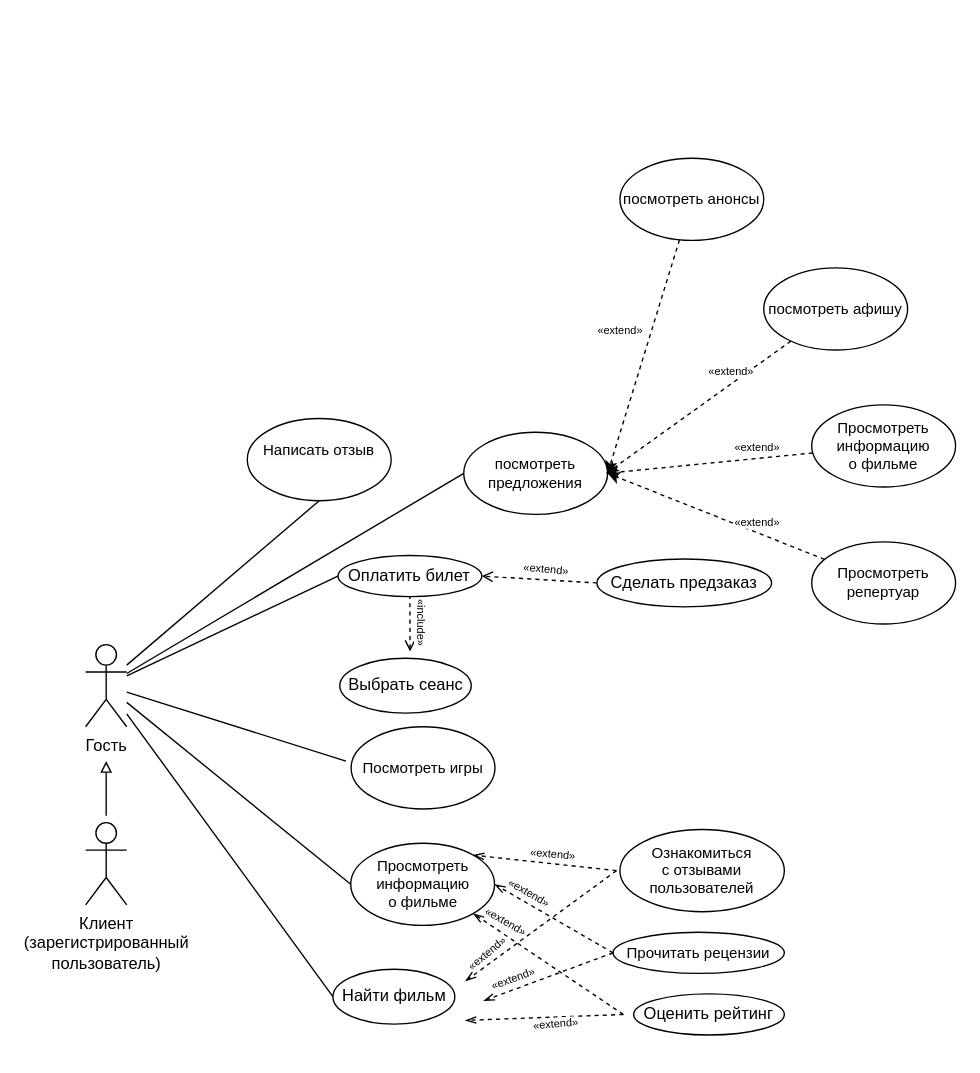
ANDaniell/-design-practice keeps this draw.io diagram as page "Fakel" (3 of 3) of Диаграммы_вариантов_использования.drawio. Above is the earlier version. Source tidied: cells renumbered, new cells numbered last; positions are measured from the earlier drawing's top-left corner, leaving out a move shared by most shapes. Both pictures are drawn from the tidied source at 137%, with x=0, y=0 at pixel (85, 158).
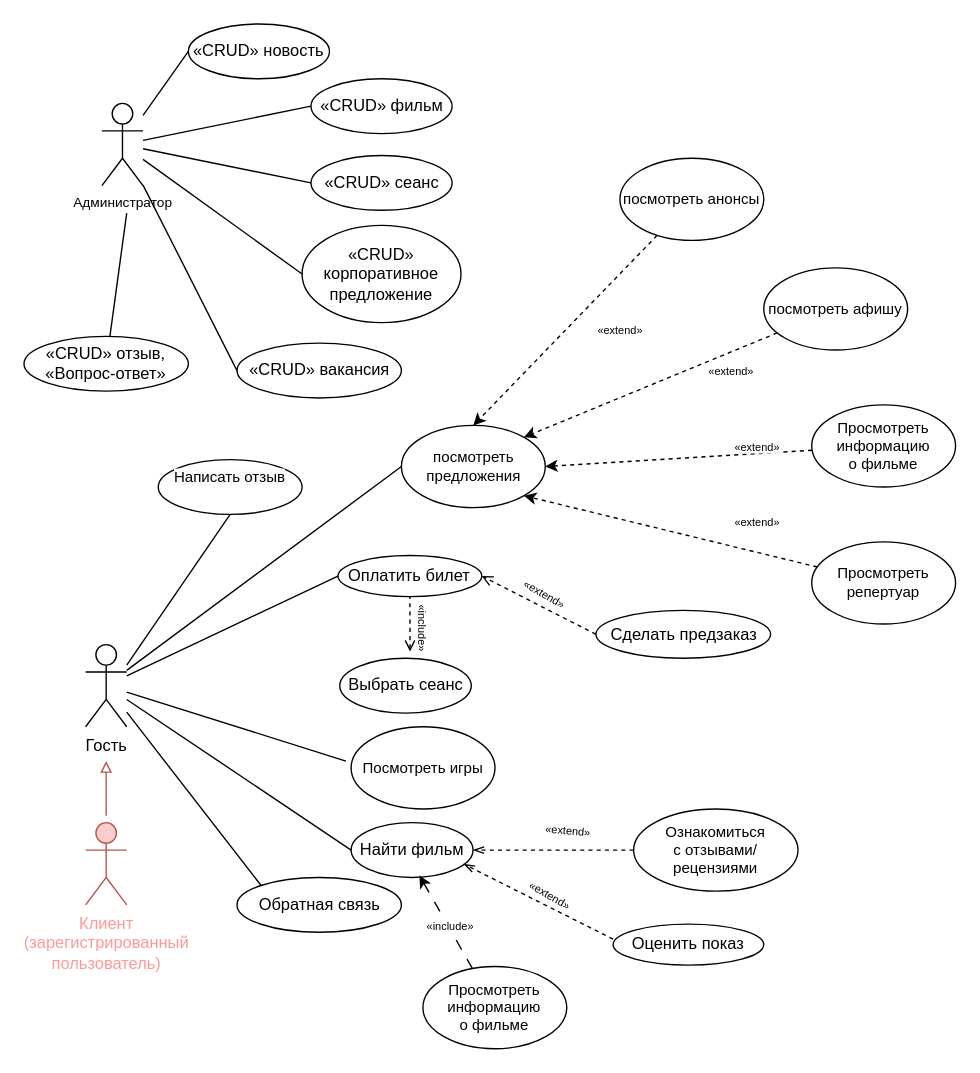
The same diagram, later.

Unchanged cells that the change refers to:
```xml
<mxCell id="2" value="Гость" style="shape=umlActor;verticalLabelPosition=bottom;verticalAlign=top;html=1;" parent="1" vertex="1">
  <mxGeometry y="355" width="30" height="60" as="geometry" />
</mxCell>
<mxCell id="17" style="endArrow=open;dashed=1;rounded=0;entryX=1;entryY=0.5;entryDx=0;entryDy=0;exitX=0;exitY=0.5;exitDx=0;exitDy=0;startArrow=none;startFill=0;endFill=0;html=1;" parent="1" edge="1" source="5" target="4">
  <mxGeometry relative="1" as="geometry" />
</mxCell>
<mxCell id="36" value="&lt;div style=&quot;font-size: 11px;&quot;&gt;посмотреть анонсы&lt;/div&gt;" style="ellipse;whiteSpace=wrap;html=1;fontSize=11;" parent="1" vertex="1">
  <mxGeometry x="390" width="105" height="60" as="geometry" />
</mxCell>
<mxCell id="38" value="&lt;div style=&quot;font-size: 11px;&quot;&gt;посмотреть афишу&lt;/div&gt;" style="ellipse;whiteSpace=wrap;html=1;fontSize=11;" parent="1" vertex="1">
  <mxGeometry x="495" y="80" width="105" height="60" as="geometry" />
</mxCell>
<mxCell id="40" value="&lt;div style=&quot;font-size: 11px;&quot;&gt;Просмотреть информацию&lt;/div&gt;&lt;div style=&quot;font-size: 11px;&quot;&gt;о фильме&lt;/div&gt;" style="ellipse;whiteSpace=wrap;html=1;fontSize=11;" parent="1" vertex="1">
  <mxGeometry x="530" y="180" width="105" height="60" as="geometry" />
</mxCell>
<mxCell id="42" value="&lt;div style=&quot;font-size: 11px;&quot;&gt;Просмотреть репертуар&lt;/div&gt;" style="ellipse;whiteSpace=wrap;html=1;fontSize=11;" parent="1" vertex="1">
  <mxGeometry x="530" y="280" width="105" height="60" as="geometry" />
</mxCell>
```

The edit, as a diff of the source:
```diff
@@
-    <mxCell id="3" value="&lt;div&gt;Клиент&lt;/div&gt;&lt;div&gt;(зарегистрированный&lt;/div&gt;&lt;div&gt;пользователь)&lt;/div&gt;" style="shape=umlActor;verticalLabelPosition=bottom;verticalAlign=top;html=1;" parent="1" vertex="1">
+    <mxCell id="3" value="&lt;div&gt;Клиент&lt;/div&gt;&lt;div&gt;(зарегистрированный&lt;/div&gt;&lt;div&gt;пользователь)&lt;/div&gt;" style="shape=umlActor;verticalLabelPosition=bottom;verticalAlign=top;html=1;fillColor=#f8cecc;strokeColor=#b85450;fontColor=#FF9999;" parent="1" vertex="1">
       <mxGeometry y="485" width="30" height="60" as="geometry" />
     </mxCell>
@@
     <mxCell id="5" value="Сделать предзаказ" style="ellipse;whiteSpace=wrap;html=1;" parent="1" vertex="1">
-      <mxGeometry x="373.2" y="292.5" width="127.5" height="35" as="geometry" />
+      <mxGeometry x="372.5" y="330" width="127.5" height="35" as="geometry" />
     </mxCell>
     <mxCell id="6" value="Найти фильм" style="ellipse;whiteSpace=wrap;html=1;" parent="1" vertex="1">
-      <mxGeometry x="180.5" y="592" width="89" height="40" as="geometry" />
+      <mxGeometry x="193.8" y="485" width="89" height="40" as="geometry" />
     </mxCell>
-    <mxCell id="7" value="Оценить рейтинг" style="ellipse;whiteSpace=wrap;html=1;" parent="1" vertex="1">
-      <mxGeometry x="400" y="610" width="110" height="30" as="geometry" />
+    <mxCell id="7" value="Оценить показ" style="ellipse;whiteSpace=wrap;html=1;" parent="1" vertex="1">
+      <mxGeometry x="385" y="559" width="110" height="30" as="geometry" />
     </mxCell>
-    <mxCell id="8" value="Прочитать рецензии" style="ellipse;whiteSpace=wrap;html=1;fontSize=11;spacing=2;" parent="1" vertex="1">
-      <mxGeometry x="385" y="565" width="125" height="30" as="geometry" />
-    </mxCell>
-    <mxCell id="9" value="&lt;div style=&quot;font-size: 11px;&quot;&gt;Ознакомиться&lt;/div&gt;&lt;div style=&quot;font-size: 11px;&quot;&gt;с отзывами пользователей&lt;/div&gt;" style="ellipse;whiteSpace=wrap;html=1;fontSize=11;" parent="1" vertex="1">
-      <mxGeometry x="390" y="490" width="120" height="60" as="geometry" />
+    <mxCell id="9" value="&lt;div style=&quot;font-size: 11px;&quot;&gt;Ознакомиться&lt;/div&gt;&lt;div style=&quot;font-size: 11px;&quot;&gt;с отзывами/рецензиями&lt;/div&gt;" style="ellipse;whiteSpace=wrap;html=1;fontSize=11;" parent="1" vertex="1">
+      <mxGeometry x="400" y="475" width="120" height="60" as="geometry" />
     </mxCell>
-    <mxCell id="10" value="&lt;div style=&quot;font-size: 11px;&quot;&gt;Просмотреть информацию&lt;/div&gt;&lt;div style=&quot;font-size: 11px;&quot;&gt;о фильме&lt;/div&gt;" style="ellipse;whiteSpace=wrap;html=1;fontSize=11;" parent="1" vertex="1">
-      <mxGeometry x="193.5" y="500" width="105" height="60" as="geometry" />
-    </mxCell>
@@
-    <mxCell id="12" style="endArrow=block;html=1;rounded=0;endFill=0;" parent="1" edge="1">
+    <mxCell id="12" style="endArrow=block;html=1;rounded=0;endFill=0;fillColor=#f8cecc;strokeColor=#b85450;" parent="1" edge="1">
       <mxGeometry relative="1" as="geometry">
         <mxPoint x="15" y="480" as="sourcePoint" />
         <mxPoint x="15" y="440" as="targetPoint" />
       </mxGeometry>
     </mxCell>
-    <mxCell id="13" style="endArrow=none;html=1;rounded=0;exitX=0;exitY=0.5;exitDx=0;exitDy=0;" parent="1" edge="1" source="10" target="2">
-      <mxGeometry relative="1" as="geometry" />
-    </mxCell>
@@
-    <mxCell id="18" value="«extend»" style="edgeLabel;html=1;align=center;verticalAlign=middle;rotation=5;fontSize=8;" parent="17" vertex="1">
+    <mxCell id="18" value="«extend»" style="edgeLabel;html=1;align=center;verticalAlign=middle;rotation=30;fontSize=8;" parent="17" vertex="1">
       <mxGeometry x="0.05" y="1" relative="1" as="geometry">
         <mxPoint x="6" y="-9" as="offset" />
       </mxGeometry>
     </mxCell>
-    <mxCell id="19" style="endArrow=openThin;dashed=1;html=1;rounded=0;entryX=1;entryY=0;entryDx=0;entryDy=0;exitX=0;exitY=0.5;exitDx=0;exitDy=0;startArrow=none;startFill=0;endFill=0;" parent="1" edge="1" target="10">
-      <mxGeometry relative="1" as="geometry">
-        <mxPoint x="387.5" y="520" as="sourcePoint" />
-      </mxGeometry>
+    <mxCell id="19" style="endArrow=openThin;dashed=1;html=1;rounded=0;entryX=1;entryY=0.5;entryDx=0;entryDy=0;exitX=0;exitY=0.5;exitDx=0;exitDy=0;startArrow=none;startFill=0;endFill=0;" parent="1" edge="1" source="9" target="6">
+      <mxGeometry relative="1" as="geometry" />
     </mxCell>
-    <mxCell id="20" style="endArrow=openThin;dashed=1;html=1;rounded=0;entryX=1;entryY=0.5;entryDx=0;entryDy=0;exitX=0;exitY=0.5;exitDx=0;exitDy=0;endFill=0;" parent="1" edge="1" source="8" target="10">
-      <mxGeometry relative="1" as="geometry" />
-    </mxCell>
-    <mxCell id="21" style="endArrow=openThin;dashed=1;html=1;rounded=0;entryX=1;entryY=1;entryDx=0;entryDy=0;exitX=0;exitY=0.5;exitDx=0;exitDy=0;endFill=0;" parent="1" edge="1" target="10">
+    <mxCell id="21" style="endArrow=openThin;dashed=1;html=1;rounded=0;entryX=1;entryY=1;entryDx=0;entryDy=0;endFill=0;" parent="1" edge="1">
       <mxGeometry relative="1" as="geometry">
-        <mxPoint x="392.5" y="625" as="sourcePoint" />
+        <mxPoint x="385" y="570" as="sourcePoint" />
+        <mxPoint x="276" y="515.2" as="targetPoint" />
       </mxGeometry>
     </mxCell>
-    <mxCell id="22" style="endArrow=openThin;dashed=1;html=1;rounded=0;exitX=0;exitY=0.5;exitDx=0;exitDy=0;endFill=0;entryX=1;entryY=1;entryDx=0;entryDy=0;" parent="1" edge="1">
-      <mxGeometry relative="1" as="geometry">
-        <mxPoint x="392.5" y="625" as="sourcePoint" />
-        <mxPoint x="277.1" y="629.3" as="targetPoint" />
-      </mxGeometry>
-    </mxCell>
-    <mxCell id="23" style="endArrow=openThin;dashed=1;html=1;rounded=0;entryX=1;entryY=0.5;entryDx=0;entryDy=0;exitX=0;exitY=0.5;exitDx=0;exitDy=0;endFill=0;" parent="1" edge="1" source="8">
-      <mxGeometry relative="1" as="geometry">
-        <mxPoint x="290.5" y="615" as="targetPoint" />
-      </mxGeometry>
-    </mxCell>
-    <mxCell id="24" style="endArrow=openThin;dashed=1;html=1;rounded=0;entryX=1;entryY=0;entryDx=0;entryDy=0;exitX=0;exitY=0.5;exitDx=0;exitDy=0;startArrow=none;startFill=0;endFill=0;" parent="1" edge="1">
-      <mxGeometry relative="1" as="geometry">
-        <mxPoint x="387.5" y="520" as="sourcePoint" />
-        <mxPoint x="277.1" y="600.7" as="targetPoint" />
-      </mxGeometry>
-    </mxCell>
     <mxCell id="25" value="«extend»" style="edgeLabel;html=1;align=center;verticalAlign=middle;rotation=5;fontSize=8;" parent="1" vertex="1">
-      <mxGeometry x="340.5" y="507" as="geometry" />
+      <mxGeometry x="351.2" y="490" as="geometry" />
     </mxCell>
-    <mxCell id="26" value="«extend»" style="edgeLabel;html=1;align=center;verticalAlign=middle;rotation=355;fontSize=8;" parent="1" vertex="1">
-      <mxGeometry x="342.5" y="632" as="geometry" />
-    </mxCell>
-    <mxCell id="27" value="«extend»" style="edgeLabel;html=1;align=center;verticalAlign=middle;rotation=30;fontSize=8;" parent="1" vertex="1">
-      <mxGeometry x="323.5" y="535" as="geometry" />
-    </mxCell>
     <mxCell id="28" value="«extend»" style="edgeLabel;html=1;align=center;verticalAlign=middle;rotation=30;fontSize=8;" parent="1" vertex="1">
-      <mxGeometry x="308.5" y="559" as="geometry">
+      <mxGeometry x="340.5" y="540" as="geometry">
         <mxPoint x="-3.2" y="-1.6" as="offset" />
       </mxGeometry>
     </mxCell>
-    <mxCell id="29" value="«extend»" style="edgeLabel;html=1;align=center;verticalAlign=middle;rotation=320;fontSize=8;" parent="1" vertex="1">
-      <mxGeometry x="292" y="581" as="geometry" />
-    </mxCell>
-    <mxCell id="30" value="«extend»" style="edgeLabel;html=1;align=center;verticalAlign=middle;rotation=340;fontSize=8;" parent="1" vertex="1">
-      <mxGeometry x="311.5" y="599" as="geometry" />
-    </mxCell>
     <mxCell id="31" value="«include»" style="edgeLabel;html=1;align=center;verticalAlign=middle;rotation=90;fontSize=8;" parent="1" vertex="1">
-      <mxGeometry x="246.2" y="338" as="geometry" />
+      <mxGeometry x="246.2" y="338" as="geometry">
+        <mxPoint x="4" y="-1" as="offset" />
+      </mxGeometry>
     </mxCell>
     <mxCell id="32" value="&#10;&lt;span style=&quot;color: rgb(0, 0, 0); font-family: Helvetica; font-size: 11px; font-style: normal; font-variant-ligatures: normal; font-variant-caps: normal; font-weight: 400; letter-spacing: normal; orphans: 2; text-align: center; text-indent: 0px; text-transform: none; widows: 2; word-spacing: 0px; -webkit-text-stroke-width: 0px; white-space: normal; background-color: rgb(251, 251, 251); text-decoration-thickness: initial; text-decoration-style: initial; text-decoration-color: initial; display: inline !important; float: none;&quot;&gt;Написать отзыв&lt;/span&gt;&#10;&#10;" style="ellipse;whiteSpace=wrap;html=1;fontSize=11;" parent="1" vertex="1">
-      <mxGeometry x="118" y="190" width="105" height="60" as="geometry" />
+      <mxGeometry x="53" y="220" width="105" height="40" as="geometry" />
     </mxCell>
@@
     <mxCell id="34" value="&lt;div style=&quot;font-size: 11px;&quot;&gt;посмотреть предложения&lt;/div&gt;" style="ellipse;whiteSpace=wrap;html=1;fontSize=11;" parent="1" vertex="1">
-      <mxGeometry x="276" y="200" width="105" height="60" as="geometry" />
+      <mxGeometry x="230.5" y="195" width="105" height="60" as="geometry" />
     </mxCell>
-    <mxCell id="35" style="rounded=0;jettySize=auto;html=1;entryX=1;entryY=0.5;entryDx=0;entryDy=0;dashed=1;" parent="1" edge="1" source="36" target="34">
+    <mxCell id="35" style="rounded=0;jettySize=auto;html=1;entryX=0.5;entryY=0;entryDx=0;entryDy=0;dashed=1;" parent="1" edge="1" source="36" target="34">
       <mxGeometry relative="1" as="geometry" />
     </mxCell>
@@
-    <mxCell id="37" style="rounded=0;jettySize=auto;html=1;dashed=1;" parent="1" edge="1" source="38">
-      <mxGeometry relative="1" as="geometry">
-        <mxPoint x="380" y="230" as="targetPoint" />
-      </mxGeometry>
+    <mxCell id="37" style="rounded=0;jettySize=auto;html=1;dashed=1;entryX=1;entryY=0;entryDx=0;entryDy=0;" parent="1" edge="1" source="38" target="34">
+      <mxGeometry relative="1" as="geometry" />
     </mxCell>
@@
-    <mxCell id="39" style="rounded=0;jettySize=auto;html=1;dashed=1;" parent="1" edge="1" source="40">
-      <mxGeometry relative="1" as="geometry">
-        <mxPoint x="380" y="230" as="targetPoint" />
-      </mxGeometry>
+    <mxCell id="39" style="rounded=0;jettySize=auto;html=1;dashed=1;entryX=1;entryY=0.5;entryDx=0;entryDy=0;" parent="1" edge="1" source="40" target="34">
+      <mxGeometry relative="1" as="geometry" />
     </mxCell>
@@
-    <mxCell id="41" style="rounded=0;jettySize=auto;html=1;entryX=1;entryY=0.5;entryDx=0;entryDy=0;dashed=1;" parent="1" edge="1" source="42" target="34">
+    <mxCell id="41" style="rounded=0;jettySize=auto;html=1;entryX=1;entryY=1;entryDx=0;entryDy=0;dashed=1;" parent="1" edge="1" source="42" target="34">
       <mxGeometry relative="1" as="geometry" />
     </mxCell>
@@
+    <mxCell id="50" value="Администратор" style="shape=umlActor;verticalLabelPosition=bottom;verticalAlign=top;html=1;fontSize=10;" parent="1" vertex="1">
+      <mxGeometry x="11.9" y="-40" width="30" height="60" as="geometry" />
+    </mxCell>
+    <mxCell id="51" value="«CRUD» фильм" style="ellipse;whiteSpace=wrap;html=1;" parent="1" vertex="1">
+      <mxGeometry x="164.5" y="-58" width="103" height="40" as="geometry" />
+    </mxCell>
+    <mxCell id="52" style="endArrow=none;html=1;rounded=0;entryX=0;entryY=0.5;entryDx=0;entryDy=0;" parent="1" edge="1" source="50" target="51">
+      <mxGeometry relative="1" as="geometry" />
+    </mxCell>
+    <mxCell id="53" style="endArrow=none;html=1;rounded=0;entryX=0;entryY=0.5;entryDx=0;entryDy=0;" parent="1" edge="1" source="50" target="54">
+      <mxGeometry relative="1" as="geometry" />
+    </mxCell>
+    <mxCell id="54" value="«CRUD» сеанс" style="ellipse;whiteSpace=wrap;html=1;" parent="1" vertex="1">
+      <mxGeometry x="164.5" y="-2" width="103" height="40" as="geometry" />
+    </mxCell>
+    <mxCell id="55" value="«CRUD» новость" style="ellipse;whiteSpace=wrap;html=1;" parent="1" vertex="1">
+      <mxGeometry x="75" y="-98" width="103" height="40" as="geometry" />
+    </mxCell>
+    <mxCell id="56" value="&lt;div&gt;«CRUD»&lt;/div&gt;&lt;div&gt;корпоративное предложение&lt;/div&gt;" style="ellipse;whiteSpace=wrap;html=1;" parent="1" vertex="1">
+      <mxGeometry x="158" y="49" width="116" height="71" as="geometry" />
+    </mxCell>
+    <mxCell id="57" value="&lt;div&gt;«CRUD» вакансия&lt;/div&gt;" style="ellipse;whiteSpace=wrap;html=1;" parent="1" vertex="1">
+      <mxGeometry x="110.5" y="135" width="120" height="40" as="geometry" />
+    </mxCell>
+    <mxCell id="58" style="endArrow=none;html=1;rounded=0;entryX=0;entryY=0.5;entryDx=0;entryDy=0;" parent="1" edge="1" source="50" target="55">
+      <mxGeometry relative="1" as="geometry" />
+    </mxCell>
+    <mxCell id="59" style="endArrow=none;html=1;rounded=0;exitX=0;exitY=0.5;exitDx=0;exitDy=0;" parent="1" edge="1" source="56" target="50">
+      <mxGeometry relative="1" as="geometry" />
+    </mxCell>
+    <mxCell id="60" style="endArrow=none;html=1;rounded=0;exitX=0;exitY=0.5;exitDx=0;exitDy=0;" parent="1" edge="1" source="57" target="50">
+      <mxGeometry relative="1" as="geometry" />
+    </mxCell>
+    <mxCell id="61" value="Обратная связь" style="ellipse;whiteSpace=wrap;html=1;" parent="1" vertex="1">
+      <mxGeometry x="110.5" y="525" width="120" height="40" as="geometry" />
+    </mxCell>
+    <mxCell id="62" style="endArrow=none;html=1;rounded=0;entryX=0;entryY=0;entryDx=0;entryDy=0;" parent="1" edge="1" source="2" target="61">
+      <mxGeometry relative="1" as="geometry" />
+    </mxCell>
+    <mxCell id="63" value="&lt;div&gt;«CRUD» отзыв,&lt;/div&gt;&lt;div&gt;«Вопрос-ответ»&lt;/div&gt;" style="ellipse;whiteSpace=wrap;html=1;" parent="1" vertex="1">
+      <mxGeometry x="-45" y="130" width="120" height="40" as="geometry" />
+    </mxCell>
+    <mxCell id="64" style="endArrow=none;html=1;rounded=0;" parent="1" edge="1" source="63">
+      <mxGeometry relative="1" as="geometry">
+        <mxPoint x="30" y="40" as="targetPoint" />
+      </mxGeometry>
+    </mxCell>
+    <mxCell id="10" value="&lt;div style=&quot;font-size: 11px;&quot;&gt;Просмотреть информацию&lt;/div&gt;&lt;div style=&quot;font-size: 11px;&quot;&gt;о фильме&lt;/div&gt;" style="ellipse;whiteSpace=wrap;html=1;fontSize=11;" parent="1" vertex="1">
+      <mxGeometry x="246.2" y="590" width="105" height="60" as="geometry" />
+    </mxCell>
+    <mxCell id="65" style="rounded=0;jettySize=auto;html=1;entryX=0.56;entryY=0.965;entryDx=0;entryDy=0;entryPerimeter=0;dashed=1;dashPattern=8 8;" parent="1" edge="1" source="10" target="6">
+      <mxGeometry relative="1" as="geometry" />
+    </mxCell>
+    <mxCell id="66" value="&lt;span style=&quot;font-size: 8px;&quot;&gt;«include»&lt;/span&gt;" style="edgeLabel;html=1;align=center;verticalAlign=middle;" parent="65" vertex="1">
+      <mxGeometry x="-0.09" y="-1" relative="1" as="geometry" />
+    </mxCell>
```
